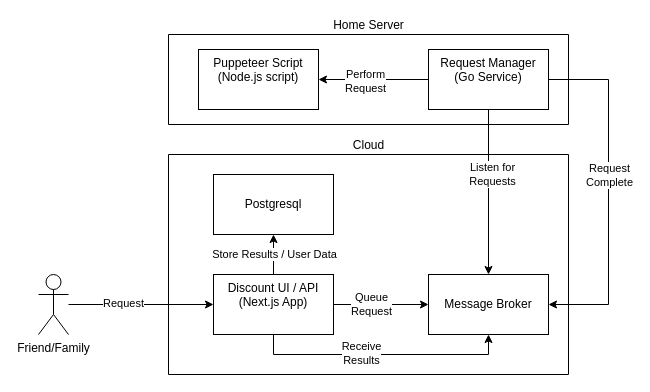
Above: docs/Wayfair Discount/Message Broker Architecture.drawio in randellma/docs (draw.io), before the change. Source tidied: cells renumbered, new cells numbered last; positions are measured from the earlier drawing's top-left corner, leaving out a move shared by most shapes. Both pictures are drawn from the tidied source at 100%, with x=0, y=0 at pixel (38, 34).
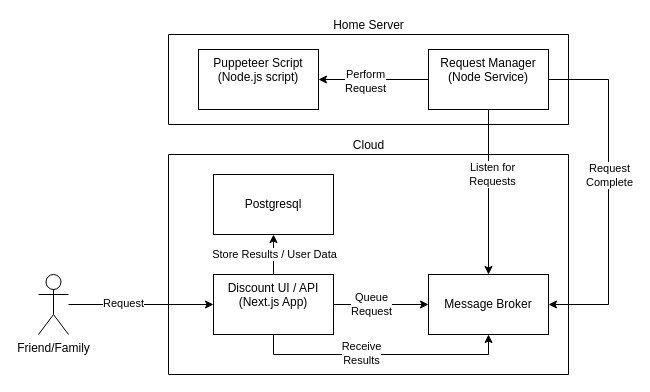
The same page after the edit.

Change to the diagram source:
```diff
@@
-    <mxCell id="22" value="Request Manager&lt;br&gt;(Go Service)" style="whiteSpace=wrap;html=1;verticalAlign=top;" parent="1" vertex="1">
+    <mxCell id="22" value="Request Manager&lt;br&gt;(Node Service)" style="whiteSpace=wrap;html=1;verticalAlign=top;" parent="1" vertex="1">
       <mxGeometry x="390" y="15" width="120" height="60" as="geometry" />
     </mxCell>
```
